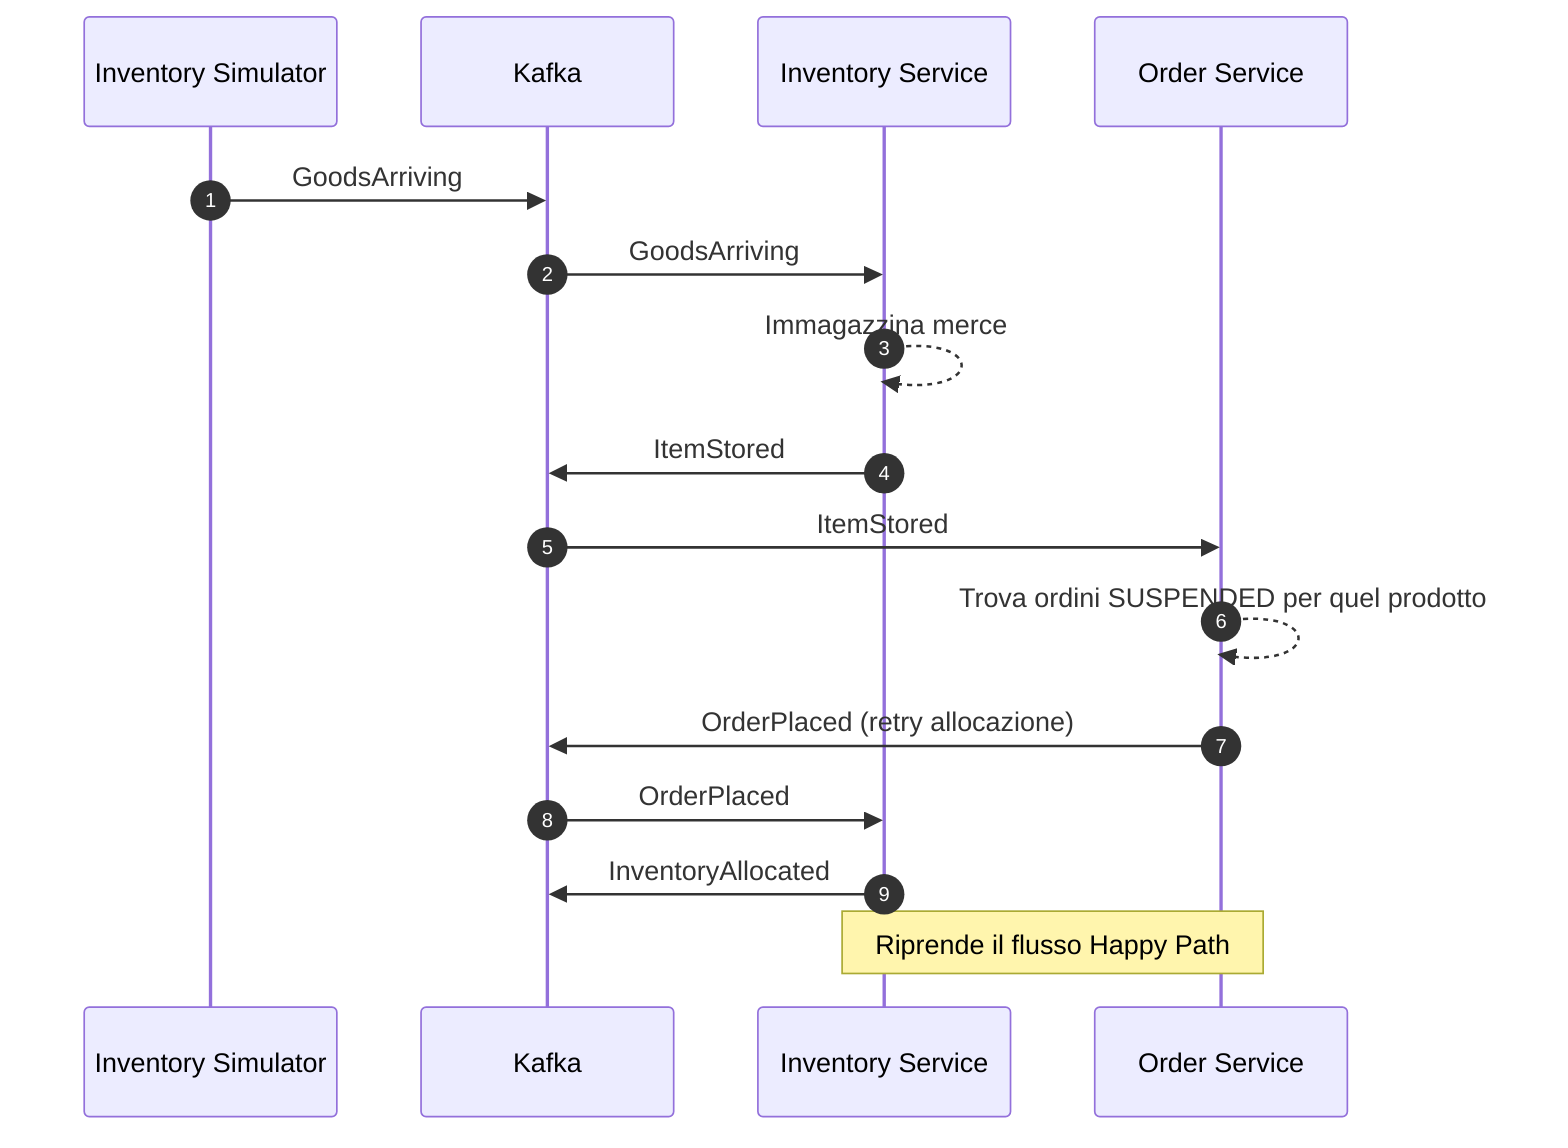
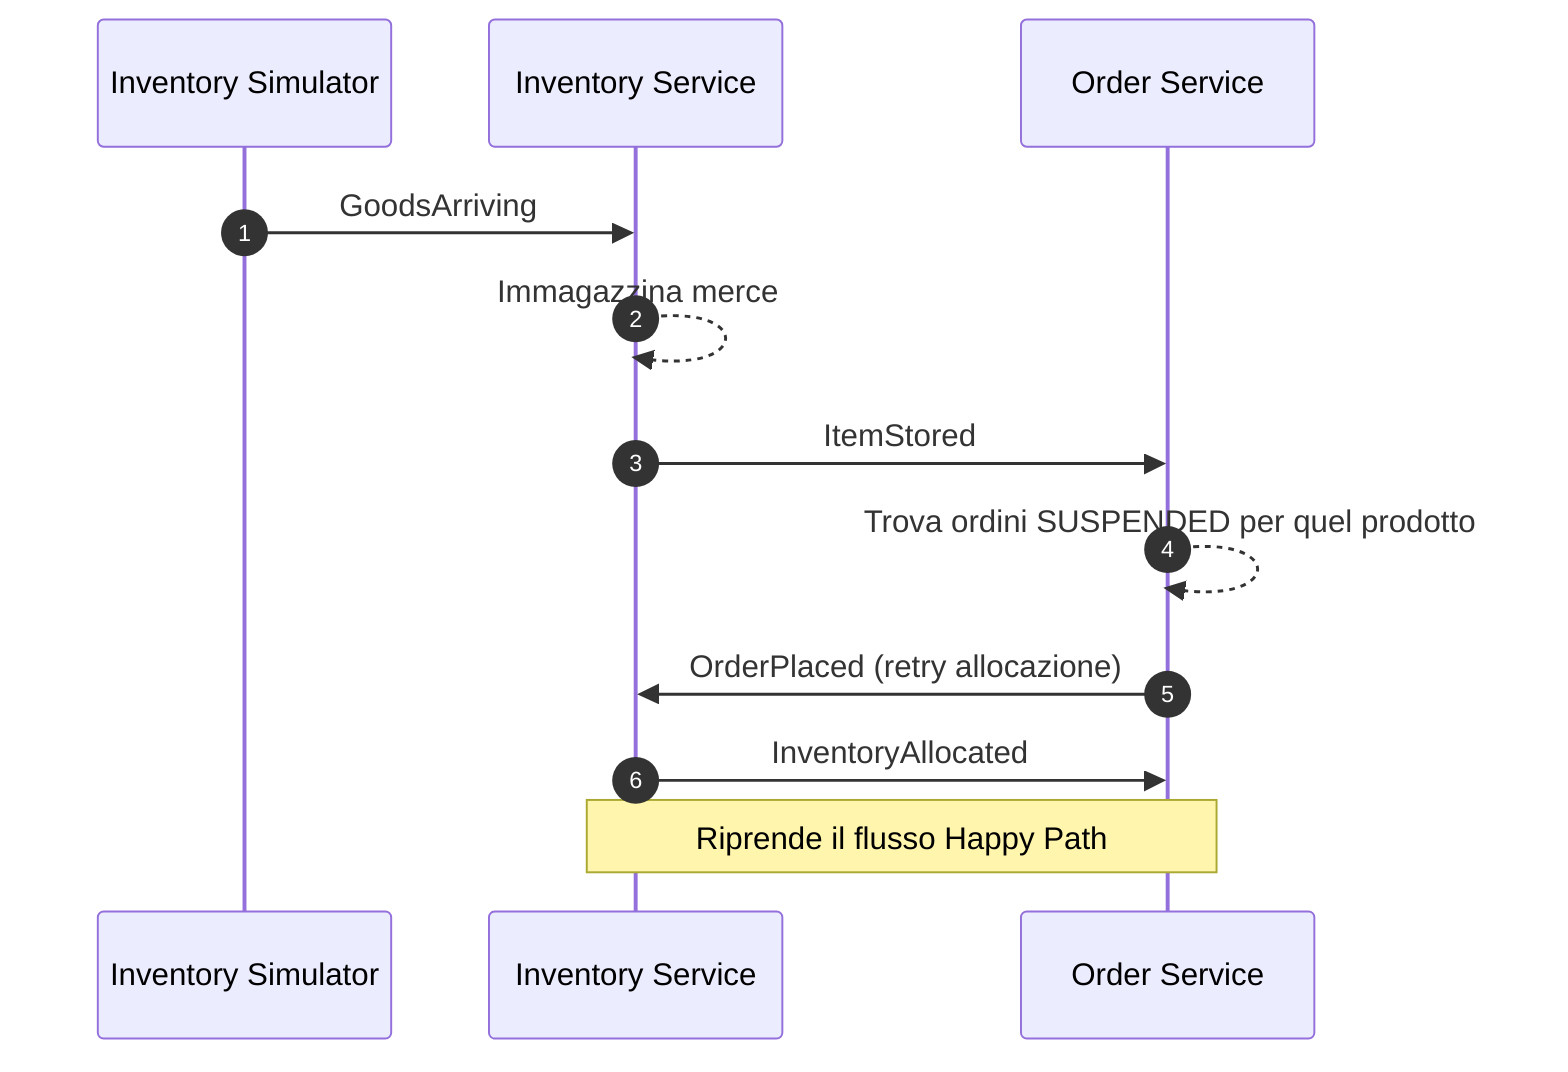
sequenceDiagram
    autonumber
    participant SIM as Inventory Simulator
-     participant K as Kafka
    participant INV as Inventory Service
    participant ORD as Order Service

-     SIM->>K: GoodsArriving
-     K->>INV: GoodsArriving
+     SIM->>INV: GoodsArriving
    INV-->>INV: Immagazzina merce
-     INV->>K: ItemStored
-     K->>ORD: ItemStored
+     INV->>ORD: ItemStored
    ORD-->>ORD: Trova ordini SUSPENDED per quel prodotto
-     ORD->>K: OrderPlaced (retry allocazione)
-     K->>INV: OrderPlaced
-     INV->>K: InventoryAllocated
+     ORD->>INV: OrderPlaced (retry allocazione)
+     INV->>ORD: InventoryAllocated
    Note over ORD,INV: Riprende il flusso Happy Path
